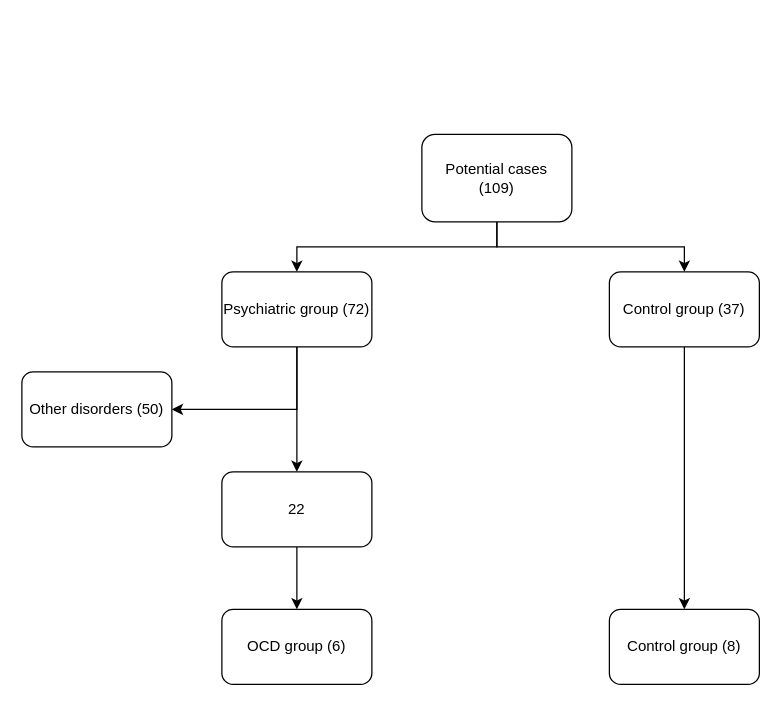
lnrd/testedogit keeps this draw.io diagram as Untitled Diagram.drawio. Above is the earlier version. Source tidied: cells renumbered, new cells numbered last; positions are measured from the earlier drawing's top-left corner, leaving out a move shared by most shapes. Both pictures are drawn from the tidied source at 125%, with x=0, y=0 at pixel (21, 134).
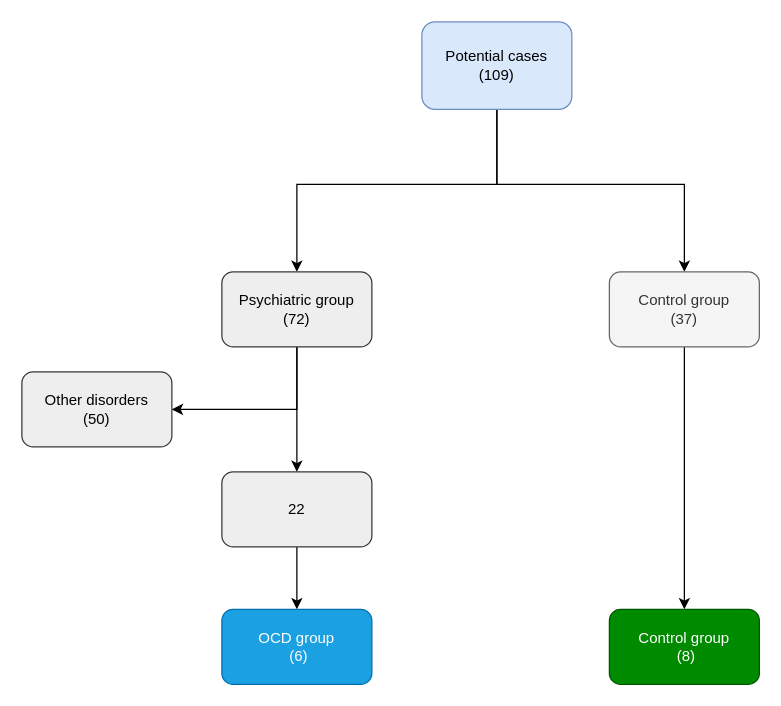
After the change.

Diff of the diagram source:
```diff
@@
 <mxGraphModel>
   <root>
     <mxCell id="0" />
     <mxCell id="1" parent="0" />
     <mxCell id="2" style="edgeStyle=orthogonalEdgeStyle;rounded=0;jettySize=auto;html=1;entryX=0.5;entryY=0;entryDx=0;entryDy=0;exitX=0.5;exitY=1;exitDx=0;exitDy=0;" parent="1" edge="1" source="4" target="6">
       <mxGeometry relative="1" as="geometry">
         <Array as="points">
-          <mxPoint x="380" y="90" />
-          <mxPoint x="530" y="90" />
+          <mxPoint x="380" y="40" />
+          <mxPoint x="530" y="40" />
         </Array>
       </mxGeometry>
     </mxCell>
     <mxCell id="3" style="edgeStyle=orthogonalEdgeStyle;rounded=0;jettySize=auto;html=1;entryX=0.5;entryY=0;entryDx=0;entryDy=0;exitX=0.5;exitY=1;exitDx=0;exitDy=0;" parent="1" edge="1" source="4" target="13">
-      <mxGeometry relative="1" as="geometry" />
+      <mxGeometry relative="1" as="geometry">
+        <Array as="points">
+          <mxPoint x="380" y="40" />
+          <mxPoint x="220" y="40" />
+        </Array>
+      </mxGeometry>
     </mxCell>
-    <mxCell id="4" value="&lt;div&gt;Potential cases&lt;/div&gt;&lt;div&gt;(109)&lt;/div&gt;" style="rounded=1;whiteSpace=wrap;html=1;fontSize=12;glass=0;strokeWidth=1;shadow=0;" parent="1" vertex="1">
-      <mxGeometry x="320" width="120" height="70" as="geometry" />
+    <mxCell id="4" value="&lt;div&gt;Potential cases&lt;/div&gt;&lt;div&gt;(109)&lt;/div&gt;" style="rounded=1;whiteSpace=wrap;html=1;fontSize=12;glass=0;strokeWidth=1;shadow=0;fillColor=#dae8fc;strokeColor=#6c8ebf;" parent="1" vertex="1">
+      <mxGeometry x="320" y="-90" width="120" height="70" as="geometry" />
     </mxCell>
     <mxCell id="5" style="edgeStyle=orthogonalEdgeStyle;rounded=0;jettySize=auto;html=1;entryX=0.5;entryY=0;entryDx=0;entryDy=0;" parent="1" edge="1" source="6" target="10">
       <mxGeometry relative="1" as="geometry" />
     </mxCell>
-    <mxCell id="6" value="Control group (37)" style="rounded=1;whiteSpace=wrap;html=1;" parent="1" vertex="1">
+    <mxCell id="6" value="&lt;div&gt;Control group &lt;br&gt;&lt;/div&gt;&lt;div&gt;(37)&lt;/div&gt;" style="rounded=1;whiteSpace=wrap;html=1;fillColor=#f5f5f5;strokeColor=#666666;fontColor=#333333;" parent="1" vertex="1">
       <mxGeometry x="470" y="110" width="120" height="60" as="geometry" />
     </mxCell>
     <mxCell id="7" style="edgeStyle=orthogonalEdgeStyle;rounded=0;jettySize=auto;html=1;entryX=0.5;entryY=0;entryDx=0;entryDy=0;" parent="1" edge="1" source="8" target="14">
       <mxGeometry relative="1" as="geometry" />
     </mxCell>
-    <mxCell id="8" value="22" style="rounded=1;whiteSpace=wrap;html=1;" parent="1" vertex="1">
+    <mxCell id="8" value="22" style="rounded=1;whiteSpace=wrap;html=1;fillColor=#eeeeee;strokeColor=#36393d;" parent="1" vertex="1">
       <mxGeometry x="160" y="270" width="120" height="60" as="geometry" />
     </mxCell>
-    <mxCell id="9" value="Other disorders (50)" style="rounded=1;whiteSpace=wrap;html=1;" parent="1" vertex="1">
+    <mxCell id="9" value="&lt;div&gt;Other disorders &lt;br&gt;&lt;/div&gt;&lt;div&gt;(50)&lt;/div&gt;" style="rounded=1;whiteSpace=wrap;html=1;fillColor=#eeeeee;strokeColor=#36393d;" parent="1" vertex="1">
       <mxGeometry y="190" width="120" height="60" as="geometry" />
     </mxCell>
-    <mxCell id="10" value="Control group (8)" style="rounded=1;whiteSpace=wrap;html=1;" parent="1" vertex="1">
+    <mxCell id="10" value="&lt;div&gt;Control group&lt;/div&gt;&lt;div&gt;&amp;nbsp;(8)&lt;/div&gt;" style="rounded=1;whiteSpace=wrap;html=1;fillColor=#008a00;strokeColor=#005700;fontColor=#ffffff;" parent="1" vertex="1">
       <mxGeometry x="470" y="380" width="120" height="60" as="geometry" />
     </mxCell>
     <mxCell id="11" style="edgeStyle=orthogonalEdgeStyle;rounded=0;jettySize=auto;html=1;entryX=0.5;entryY=0;entryDx=0;entryDy=0;" parent="1" edge="1" source="13" target="8">
       <mxGeometry relative="1" as="geometry" />
     </mxCell>
     <mxCell id="12" style="edgeStyle=orthogonalEdgeStyle;rounded=0;jettySize=auto;html=1;entryX=1;entryY=0.5;entryDx=0;entryDy=0;exitX=0.5;exitY=1;exitDx=0;exitDy=0;" parent="1" edge="1" source="13" target="9">
       <mxGeometry relative="1" as="geometry" />
     </mxCell>
-    <mxCell id="13" value="Psychiatric group (72)" style="rounded=1;whiteSpace=wrap;html=1;" parent="1" vertex="1">
+    <mxCell id="13" value="&lt;div&gt;Psychiatric group &lt;br&gt;&lt;/div&gt;&lt;div&gt;(72)&lt;/div&gt;" style="rounded=1;whiteSpace=wrap;html=1;fillColor=#eeeeee;strokeColor=#36393d;" parent="1" vertex="1">
       <mxGeometry x="160" y="110" width="120" height="60" as="geometry" />
     </mxCell>
-    <mxCell id="14" value="OCD group (6)" style="rounded=1;whiteSpace=wrap;html=1;" parent="1" vertex="1">
+    <mxCell id="14" value="&lt;div&gt;OCD group&lt;/div&gt;&lt;div&gt;&amp;nbsp;(6)&lt;/div&gt;" style="rounded=1;whiteSpace=wrap;html=1;fillColor=#1ba1e2;fontColor=#ffffff;strokeColor=#006EAF;" parent="1" vertex="1">
       <mxGeometry x="160" y="380" width="120" height="60" as="geometry" />
     </mxCell>
   </root>
 </mxGraphModel>
```
